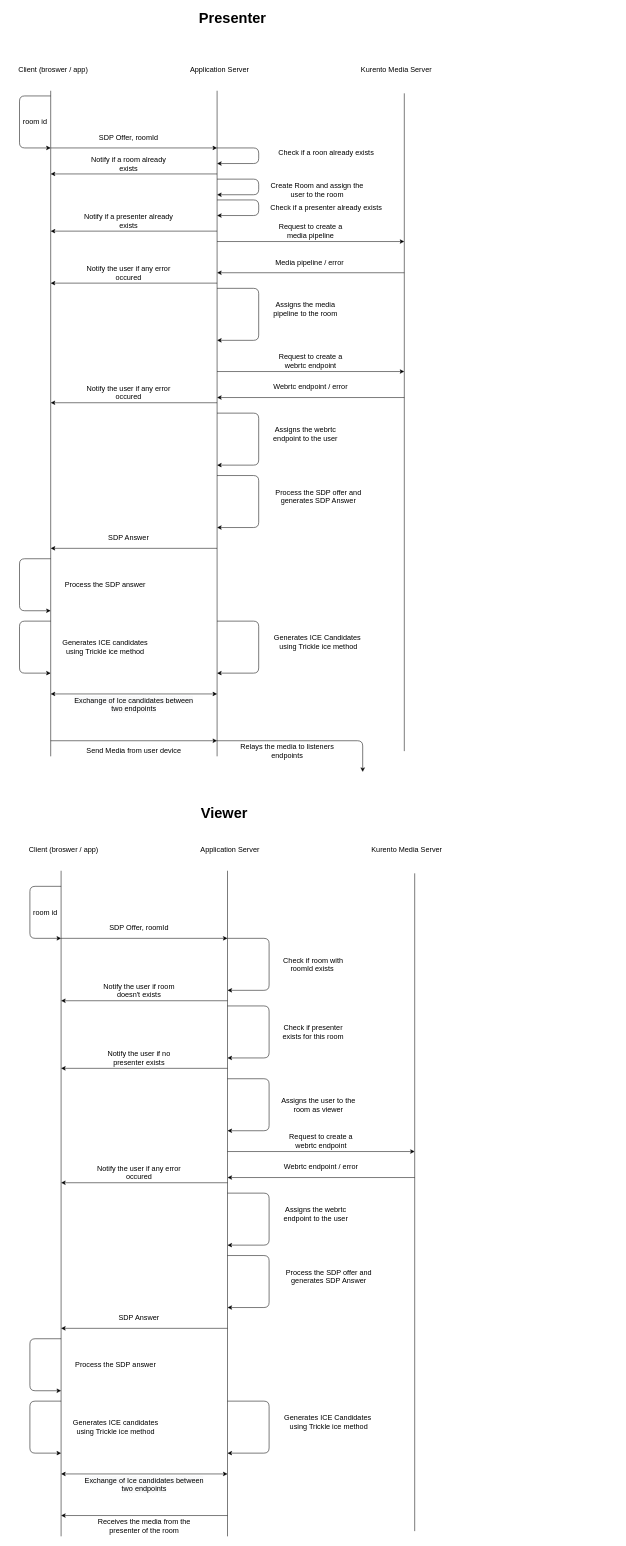
Earlier version of the draw.io diagram webrtc/kurento_flowchart.drawio (sleepingsaint/drawio). Source tidied: cells renumbered, new cells numbered last; positions are measured from the earlier drawing's top-left corner, leaving out a move shared by most shapes. Both pictures are drawn from the tidied source at 52%, with x=0, y=0 at pixel (9, 12).
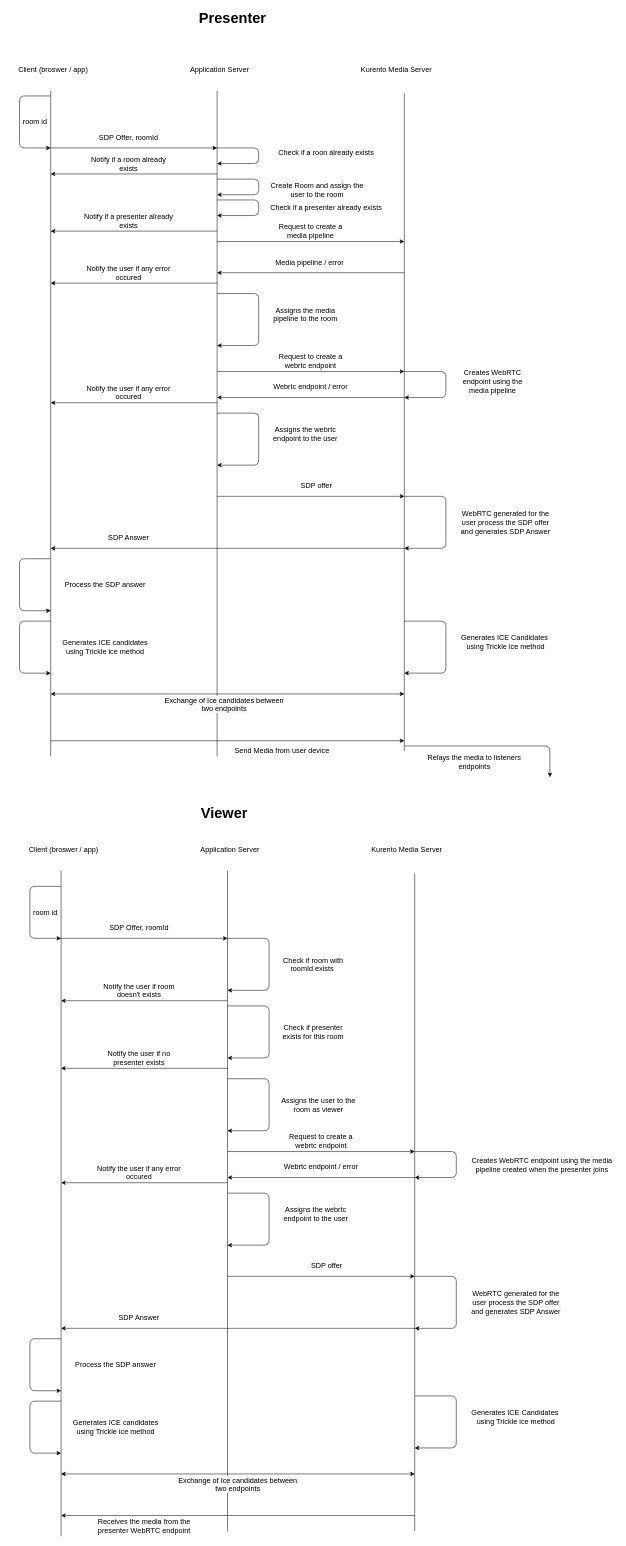
The same diagram, later.

The edit, as a diff of the source:
```diff
@@
     <mxCell id="2" style="group;" parent="1" vertex="1">
-      <mxGeometry x="20" y="1600" width="820" height="1330" as="geometry" />
+      <mxGeometry x="20" y="1600" width="1050" height="1330" as="geometry" />
     </mxCell>
@@
     <mxCell id="4" style="endArrow=none;html=1;" parent="2" edge="1">
       <mxGeometry relative="1" as="geometry">
-        <mxPoint x="400" y="1330" as="sourcePoint" />
+        <mxPoint x="400" y="1320" as="sourcePoint" />
         <mxPoint x="400" y="50" as="targetPoint" />
       </mxGeometry>
     </mxCell>
@@
-    <mxCell id="27" style="group;" parent="2" vertex="1">
-      <mxGeometry x="480" y="790" width="210" height="100" as="geometry" />
-    </mxCell>
-    <mxCell id="28" style="endArrow=classic;html=1;fontSize=14;" parent="27" edge="1">
-      <mxGeometry relative="1" as="geometry">
-        <mxPoint x="-80" as="sourcePoint" />
-        <mxPoint x="-80" y="100" as="targetPoint" />
-        <Array as="points">
-          <mxPoint />
-          <mxPoint y="100" />
-        </Array>
-      </mxGeometry>
-    </mxCell>
-    <mxCell id="29" value="Process the SDP offer and generates SDP Answer" style="text;html=1;strokeColor=none;fillColor=none;align=center;verticalAlign=middle;whiteSpace=wrap;rounded=0;fontSize=14;" parent="27" vertex="1">
-      <mxGeometry x="20" y="20" width="190" height="39" as="geometry" />
-    </mxCell>
-    <mxCell id="30" style="group;" parent="2" vertex="1">
-      <mxGeometry x="80" y="900" width="320" height="30" as="geometry" />
-    </mxCell>
-    <mxCell id="31" style="endArrow=classic;html=1;fontSize=14;" parent="30" edge="1">
-      <mxGeometry relative="1" as="geometry">
-        <mxPoint x="320" y="30" as="sourcePoint" />
-        <mxPoint y="30" as="targetPoint" />
-      </mxGeometry>
-    </mxCell>
-    <mxCell id="32" value="SDP Answer" style="text;html=1;strokeColor=none;fillColor=none;align=center;verticalAlign=middle;whiteSpace=wrap;rounded=0;fontSize=14;" parent="30" vertex="1">
-      <mxGeometry x="60" width="180" height="20" as="geometry" />
-    </mxCell>
@@
     <mxCell id="44" style="group;" parent="2" vertex="1">
-      <mxGeometry x="480" y="1070" width="210" height="100" as="geometry" />
+      <mxGeometry x="840" y="1060" width="210" height="100" as="geometry" />
     </mxCell>
@@
     <mxCell id="47" style="endArrow=classic;startArrow=classic;html=1;fontSize=14;" parent="2" edge="1">
       <mxGeometry relative="1" as="geometry">
         <mxPoint x="80" y="1210" as="sourcePoint" />
-        <mxPoint x="400" y="1210" as="targetPoint" />
+        <mxPoint x="760" y="1210" as="targetPoint" />
       </mxGeometry>
     </mxCell>
     <mxCell id="48" value="&lt;span style=&quot;color: rgb(0, 0, 0); font-family: helvetica; font-size: 14px; font-style: normal; font-weight: 400; letter-spacing: normal; text-align: center; text-indent: 0px; text-transform: none; word-spacing: 0px; background-color: rgb(248, 249, 250); display: inline; float: none;&quot;&gt;Exchange of Ice candidates between two endpoints&lt;/span&gt;" style="text;html=1;strokeColor=none;fillColor=none;align=center;verticalAlign=middle;whiteSpace=wrap;rounded=0;fontSize=14;" parent="2" vertex="1">
-      <mxGeometry x="120" y="1220" width="240" height="20" as="geometry" />
+      <mxGeometry x="300" y="1220" width="240" height="20" as="geometry" />
     </mxCell>
-    <mxCell id="49" value="Receives the media from the presenter of the room" style="text;html=1;strokeColor=none;fillColor=none;align=center;verticalAlign=middle;whiteSpace=wrap;rounded=0;fontSize=14;" parent="2" vertex="1">
-      <mxGeometry x="135" y="1300" width="210" height="20" as="geometry" />
-    </mxCell>
@@
+    <mxCell id="138" style="group;" parent="2" vertex="1">
+      <mxGeometry x="840" y="830" width="210" height="100" as="geometry" />
+    </mxCell>
+    <mxCell id="139" style="endArrow=classic;html=1;fontSize=14;" parent="138" edge="1">
+      <mxGeometry as="geometry">
+        <mxPoint x="-80" as="sourcePoint" />
+        <mxPoint x="-80" y="100" as="targetPoint" />
+        <Array as="points">
+          <mxPoint />
+          <mxPoint y="100" />
+        </Array>
+      </mxGeometry>
+    </mxCell>
+    <mxCell id="140" value="WebRTC generated for the user process the SDP offer and generates SDP Answer" style="text;html=1;strokeColor=none;fillColor=none;align=center;verticalAlign=middle;whiteSpace=wrap;rounded=0;fontSize=14;" parent="138" vertex="1">
+      <mxGeometry x="20" y="31" width="190" height="39" as="geometry" />
+    </mxCell>
+    <mxCell id="31" style="endArrow=classic;html=1;fontSize=14;" parent="2" edge="1">
+      <mxGeometry x="100" y="2470" as="geometry">
+        <mxPoint x="760" y="930" as="sourcePoint" />
+        <mxPoint x="80" y="930" as="targetPoint" />
+      </mxGeometry>
+    </mxCell>
+    <mxCell id="32" value="SDP Answer" style="text;html=1;strokeColor=none;fillColor=none;align=center;verticalAlign=middle;whiteSpace=wrap;rounded=0;fontSize=14;" parent="2" vertex="1">
+      <mxGeometry x="140" y="900" width="180" height="20" as="geometry" />
+    </mxCell>
+    <mxCell id="49" value="Receives the media from the presenter WebRTC endpoint" style="text;html=1;strokeColor=none;fillColor=none;align=center;verticalAlign=middle;whiteSpace=wrap;rounded=0;fontSize=14;" parent="2" vertex="1">
+      <mxGeometry x="135" y="1300" width="210" height="20" as="geometry" />
+    </mxCell>
@@
     <mxCell id="60" style="endArrow=classic;html=1;fontSize=14;strokeColor=#000000;" parent="1" edge="1">
       <mxGeometry relative="1" as="geometry">
-        <mxPoint x="420" y="2890" as="sourcePoint" />
+        <mxPoint x="780" y="2890" as="sourcePoint" />
         <mxPoint x="100" y="2890" as="targetPoint" />
       </mxGeometry>
     </mxCell>
@@
     <mxCell id="79" style="group;" parent="1" vertex="1">
-      <mxGeometry x="480" y="530" width="160" height="100" as="geometry" />
+      <mxGeometry x="840" y="690" width="160" height="100" as="geometry" />
     </mxCell>
+    <mxCell id="141" style="group;" parent="79" vertex="1">
+      <mxGeometry width="160" height="50" as="geometry" />
+    </mxCell>
-    <mxCell id="80" style="endArrow=classic;html=1;fontSize=14;" parent="79" edge="1">
+    <mxCell id="80" style="endArrow=classic;html=1;fontSize=14;" parent="141" edge="1">
       <mxGeometry relative="1" as="geometry">
         <mxPoint x="-80" as="sourcePoint" />
-        <mxPoint x="-80" y="100" as="targetPoint" />
+        <mxPoint x="-80" y="50" as="targetPoint" />
         <Array as="points">
           <mxPoint />
-          <mxPoint y="100" />
+          <mxPoint y="50" />
         </Array>
       </mxGeometry>
     </mxCell>
-    <mxCell id="81" value="Assigns the media pipeline to the room" style="text;html=1;strokeColor=none;fillColor=none;align=center;verticalAlign=middle;whiteSpace=wrap;rounded=0;fontSize=14;" parent="79" vertex="1">
-      <mxGeometry x="20" y="20" width="140" height="39" as="geometry" />
+    <mxCell id="81" value="Creates WebRTC endpoint using the media pipeline" style="text;html=1;strokeColor=none;fillColor=none;align=center;verticalAlign=middle;whiteSpace=wrap;rounded=0;fontSize=14;" parent="141" vertex="1">
+      <mxGeometry x="20" width="140" height="39" as="geometry" />
     </mxCell>
@@
-    <mxCell id="103" style="group;" parent="1" vertex="1">
-      <mxGeometry x="480" y="890" width="210" height="100" as="geometry" />
-    </mxCell>
-    <mxCell id="104" style="endArrow=classic;html=1;fontSize=14;" parent="103" edge="1">
-      <mxGeometry relative="1" as="geometry">
-        <mxPoint x="-80" as="sourcePoint" />
-        <mxPoint x="-80" y="100" as="targetPoint" />
-        <Array as="points">
-          <mxPoint />
-          <mxPoint y="100" />
-        </Array>
-      </mxGeometry>
-    </mxCell>
-    <mxCell id="105" value="Process the SDP offer and generates SDP Answer" style="text;html=1;strokeColor=none;fillColor=none;align=center;verticalAlign=middle;whiteSpace=wrap;rounded=0;fontSize=14;" parent="103" vertex="1">
-      <mxGeometry x="20" y="20" width="190" height="39" as="geometry" />
-    </mxCell>
-    <mxCell id="106" style="group;" parent="1" vertex="1">
-      <mxGeometry x="80" y="1000" width="320" height="30" as="geometry" />
-    </mxCell>
-    <mxCell id="107" style="endArrow=classic;html=1;fontSize=14;" parent="106" edge="1">
-      <mxGeometry relative="1" as="geometry">
-        <mxPoint x="320" y="30" as="sourcePoint" />
-        <mxPoint y="30" as="targetPoint" />
-      </mxGeometry>
-    </mxCell>
-    <mxCell id="108" value="SDP Answer" style="text;html=1;strokeColor=none;fillColor=none;align=center;verticalAlign=middle;whiteSpace=wrap;rounded=0;fontSize=14;" parent="106" vertex="1">
-      <mxGeometry x="60" width="180" height="20" as="geometry" />
-    </mxCell>
@@
     <mxCell id="120" style="group;" parent="1" vertex="1">
-      <mxGeometry x="480" y="1170" width="210" height="100" as="geometry" />
+      <mxGeometry x="840" y="1170" width="210" height="100" as="geometry" />
     </mxCell>
@@
     <mxCell id="123" style="endArrow=classic;startArrow=classic;html=1;fontSize=14;" parent="1" edge="1">
       <mxGeometry y="70" as="geometry">
         <mxPoint x="80" y="1310" as="sourcePoint" />
-        <mxPoint x="400" y="1310" as="targetPoint" />
+        <mxPoint x="760" y="1310" as="targetPoint" />
       </mxGeometry>
     </mxCell>
     <mxCell id="124" value="&lt;span style=&quot;color: rgb(0, 0, 0); font-family: helvetica; font-size: 14px; font-style: normal; font-weight: 400; letter-spacing: normal; text-align: center; text-indent: 0px; text-transform: none; word-spacing: 0px; background-color: rgb(248, 249, 250); display: inline; float: none;&quot;&gt;Exchange of Ice candidates between two endpoints&lt;/span&gt;" style="text;html=1;strokeColor=none;fillColor=none;align=center;verticalAlign=middle;whiteSpace=wrap;rounded=0;fontSize=14;" parent="1" vertex="1">
-      <mxGeometry x="120" y="1320" width="240" height="20" as="geometry" />
+      <mxGeometry x="294" y="1320" width="240" height="20" as="geometry" />
     </mxCell>
-    <mxCell id="125" style="group;" parent="1" vertex="1">
-      <mxGeometry x="80" y="1400" width="320" height="30" as="geometry" />
-    </mxCell>
-    <mxCell id="126" style="endArrow=classic;html=1;fontSize=14;" parent="125" edge="1">
-      <mxGeometry relative="1" as="geometry">
-        <mxPoint as="sourcePoint" />
-        <mxPoint x="320" as="targetPoint" />
-      </mxGeometry>
-    </mxCell>
-    <mxCell id="127" value="Send Media from user device" style="text;html=1;strokeColor=none;fillColor=none;align=center;verticalAlign=middle;whiteSpace=wrap;rounded=0;fontSize=14;" parent="125" vertex="1">
-      <mxGeometry x="55" y="10" width="210" height="20" as="geometry" />
-    </mxCell>
     <mxCell id="128" style="endArrow=classic;html=1;fontSize=14;sketch=0;" parent="1" edge="1">
-      <mxGeometry x="431" y="1370" as="geometry">
-        <mxPoint x="400" y="1400" as="sourcePoint" />
-        <mxPoint x="680" y="1460" as="targetPoint" />
+      <mxGeometry x="791" y="1380" as="geometry">
+        <mxPoint x="760" y="1410" as="sourcePoint" />
+        <mxPoint x="1040" y="1470" as="targetPoint" />
         <Array as="points">
-          <mxPoint x="680" y="1400" />
+          <mxPoint x="1040" y="1410" />
         </Array>
       </mxGeometry>
     </mxCell>
     <mxCell id="129" value="Relays the media to listeners endpoints" style="text;html=1;strokeColor=none;fillColor=none;align=center;verticalAlign=middle;whiteSpace=wrap;rounded=0;fontSize=14;" parent="1" vertex="1">
-      <mxGeometry x="430" y="1410" width="210" height="20" as="geometry" />
+      <mxGeometry x="790" y="1430" width="210" height="20" as="geometry" />
     </mxCell>
@@
+    <mxCell id="107" style="endArrow=classic;html=1;fontSize=14;" parent="1" edge="1">
+      <mxGeometry x="80" y="970" as="geometry">
+        <mxPoint x="760" y="1030" as="sourcePoint" />
+        <mxPoint x="80" y="1030" as="targetPoint" />
+      </mxGeometry>
+    </mxCell>
+    <mxCell id="108" value="SDP Answer" style="text;html=1;strokeColor=none;fillColor=none;align=center;verticalAlign=middle;whiteSpace=wrap;rounded=0;fontSize=14;" parent="1" vertex="1">
+      <mxGeometry x="140" y="1000" width="180" height="20" as="geometry" />
+    </mxCell>
+    <mxCell id="126" style="endArrow=classic;html=1;fontSize=14;" parent="1" edge="1">
+      <mxGeometry x="80" y="1370" as="geometry">
+        <mxPoint x="80" y="1400" as="sourcePoint" />
+        <mxPoint x="760" y="1400" as="targetPoint" />
+      </mxGeometry>
+    </mxCell>
+    <mxCell id="127" value="Send Media from user device" style="text;html=1;align=center;verticalAlign=middle;whiteSpace=wrap;rounded=0;fontSize=14;" parent="1" vertex="1">
+      <mxGeometry x="420" y="1410" width="210" height="20" as="geometry" />
+    </mxCell>
+    <mxCell id="142" style="group;" parent="1" vertex="1">
+      <mxGeometry x="480" y="540" width="160" height="100" as="geometry" />
+    </mxCell>
+    <mxCell id="143" style="endArrow=classic;html=1;fontSize=14;" parent="142" edge="1">
+      <mxGeometry relative="1" as="geometry">
+        <mxPoint x="-80" as="sourcePoint" />
+        <mxPoint x="-80" y="100" as="targetPoint" />
+        <Array as="points">
+          <mxPoint />
+          <mxPoint y="100" />
+        </Array>
+      </mxGeometry>
+    </mxCell>
+    <mxCell id="144" value="Assigns the media pipeline to the room" style="text;html=1;strokeColor=none;fillColor=none;align=center;verticalAlign=middle;whiteSpace=wrap;rounded=0;fontSize=14;" parent="142" vertex="1">
+      <mxGeometry x="20" y="20" width="140" height="39" as="geometry" />
+    </mxCell>
+    <mxCell id="145" style="group;" parent="1" vertex="1">
+      <mxGeometry x="860" y="2190" width="310" height="50" as="geometry" />
+    </mxCell>
+    <mxCell id="146" style="endArrow=classic;html=1;fontSize=14;" parent="145" edge="1">
+      <mxGeometry relative="1" as="geometry">
+        <mxPoint x="-80" as="sourcePoint" />
+        <mxPoint x="-80" y="50" as="targetPoint" />
+        <Array as="points">
+          <mxPoint />
+          <mxPoint y="50" />
+        </Array>
+      </mxGeometry>
+    </mxCell>
+    <mxCell id="147" value="Creates WebRTC endpoint using the media pipeline created when the presenter joins" style="text;html=1;strokeColor=none;fillColor=none;align=center;verticalAlign=middle;whiteSpace=wrap;rounded=0;fontSize=14;" parent="145" vertex="1">
+      <mxGeometry x="20" y="5.5" width="290" height="39" as="geometry" />
+    </mxCell>
+    <mxCell id="148" style="group;" parent="1" vertex="1">
+      <mxGeometry x="840" y="930" width="210" height="100" as="geometry" />
+    </mxCell>
+    <mxCell id="104" style="endArrow=classic;html=1;fontSize=14;" parent="148" edge="1">
+      <mxGeometry as="geometry">
+        <mxPoint x="-80" as="sourcePoint" />
+        <mxPoint x="-80" y="100" as="targetPoint" />
+        <Array as="points">
+          <mxPoint />
+          <mxPoint y="100" />
+        </Array>
+      </mxGeometry>
+    </mxCell>
+    <mxCell id="105" value="WebRTC generated for the user process the SDP offer and generates SDP Answer" style="text;html=1;strokeColor=none;fillColor=none;align=center;verticalAlign=middle;whiteSpace=wrap;rounded=0;fontSize=14;" parent="148" vertex="1">
+      <mxGeometry x="20" y="31" width="190" height="39" as="geometry" />
+    </mxCell>
+    <mxCell id="149" style="group;" parent="1" vertex="1">
+      <mxGeometry x="400" y="900" width="360" height="30" as="geometry" />
+    </mxCell>
+    <mxCell id="150" style="endArrow=classic;html=1;" parent="149" edge="1">
+      <mxGeometry relative="1" as="geometry">
+        <mxPoint y="30" as="sourcePoint" />
+        <mxPoint x="360" y="30" as="targetPoint" />
+      </mxGeometry>
+    </mxCell>
+    <mxCell id="151" value="&lt;font style=&quot;font-size: 14px&quot;&gt;SDP offer&amp;nbsp;&lt;/font&gt;" style="text;html=1;strokeColor=none;fillColor=none;align=center;verticalAlign=middle;whiteSpace=wrap;rounded=0;" parent="149" vertex="1">
+      <mxGeometry x="122.5" width="140" height="20" as="geometry" />
+    </mxCell>
+    <mxCell id="152" style="group;" parent="1" vertex="1">
+      <mxGeometry x="420" y="2400" width="360" height="30" as="geometry" />
+    </mxCell>
+    <mxCell id="153" style="endArrow=classic;html=1;" parent="152" edge="1">
+      <mxGeometry relative="1" as="geometry">
+        <mxPoint y="30" as="sourcePoint" />
+        <mxPoint x="360" y="30" as="targetPoint" />
+      </mxGeometry>
+    </mxCell>
+    <mxCell id="154" value="&lt;font style=&quot;font-size: 14px&quot;&gt;SDP offer&amp;nbsp;&lt;/font&gt;" style="text;html=1;strokeColor=none;fillColor=none;align=center;verticalAlign=middle;whiteSpace=wrap;rounded=0;" parent="152" vertex="1">
+      <mxGeometry x="122.5" width="140" height="20" as="geometry" />
+    </mxCell>
```
